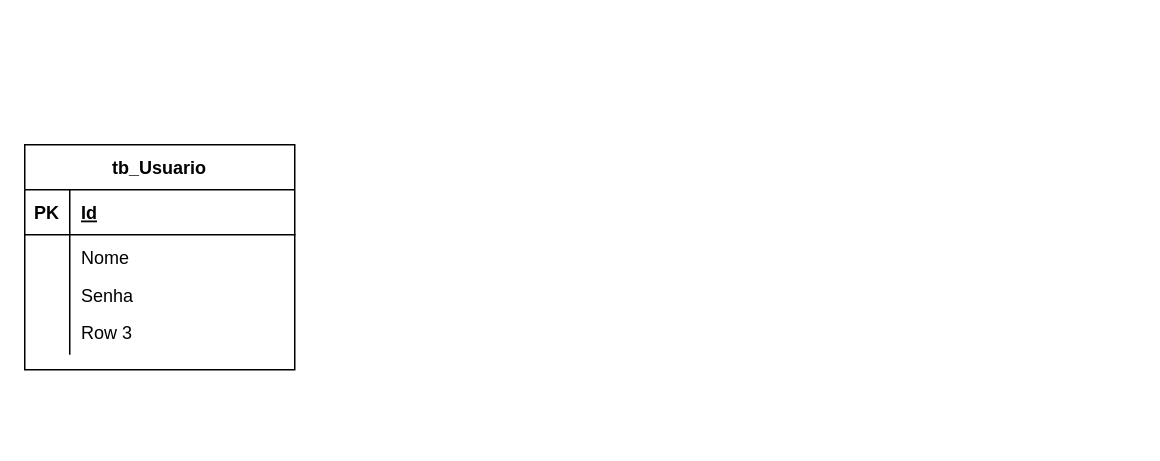
Above: DER_E-comerce.drawio in lippesouzza/TabelaDER1 (draw.io), before the change. Source tidied: cells renumbered, new cells numbered last; positions are measured from the earlier drawing's top-left corner, leaving out a move shared by most shapes. Both pictures are drawn from the tidied source at 150%, with x=0, y=0 at pixel (24, 144).
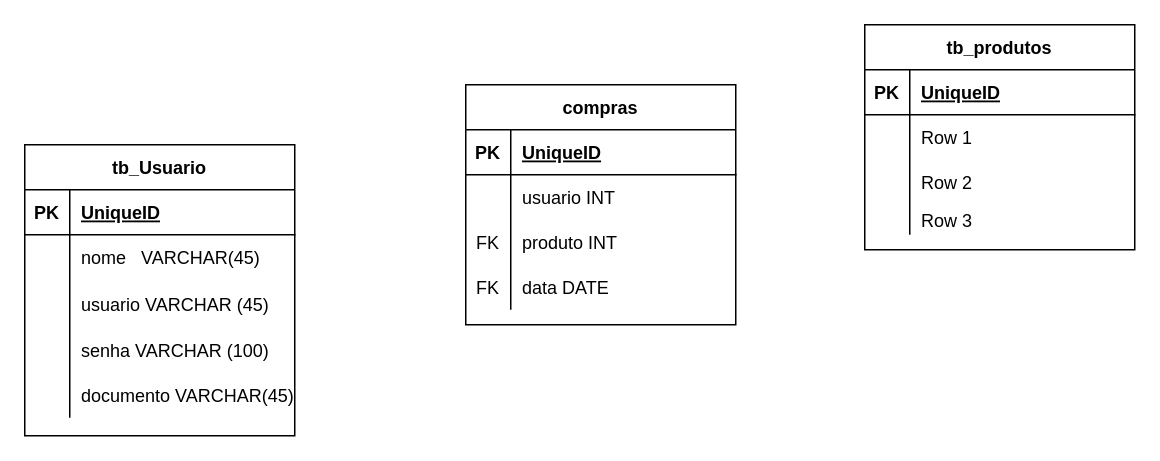
The same diagram, later.

Commit message:
Atualização da pasta

The edit, as a diff of the source:
```diff
@@
+    <mxCell id="15" value="compras" style="shape=table;startSize=30;childLayout=tableLayout;rowLines=0;fontStyle=1;align=center;" parent="1" vertex="1">
+      <mxGeometry x="294" y="-40" width="180" height="160" as="geometry" />
+    </mxCell>
+    <mxCell id="16" style="shape=tableRow;horizontal=0;startSize=0;swimlaneHead=0;swimlaneBody=0;fillColor=none;top=0;left=0;right=0;bottom=1;" parent="15" vertex="1">
+      <mxGeometry y="30" width="180" height="30" as="geometry" />
+    </mxCell>
+    <mxCell id="17" value="PK" style="shape=partialRectangle;fillColor=none;top=0;left=0;bottom=0;right=0;fontStyle=1;overflow=hidden;" parent="16" vertex="1">
+      <mxGeometry width="30" height="30" as="geometry" />
+    </mxCell>
+    <mxCell id="18" value="UniqueID" style="shape=partialRectangle;fillColor=none;top=0;left=0;bottom=0;right=0;align=left;spacingLeft=6;fontStyle=5;overflow=hidden;" parent="16" vertex="1">
+      <mxGeometry x="30" width="150" height="30" as="geometry" />
+    </mxCell>
+    <mxCell id="19" style="shape=tableRow;horizontal=0;startSize=0;swimlaneHead=0;swimlaneBody=0;fillColor=none;top=0;left=0;right=0;bottom=0;" parent="15" vertex="1">
+      <mxGeometry y="60" width="180" height="30" as="geometry" />
+    </mxCell>
+    <mxCell id="20" style="shape=partialRectangle;fillColor=none;top=0;left=0;bottom=0;right=0;overflow=hidden;" parent="19" vertex="1">
+      <mxGeometry width="30" height="30" as="geometry" />
+    </mxCell>
+    <mxCell id="21" value="usuario INT" style="shape=partialRectangle;fillColor=none;top=0;left=0;bottom=0;right=0;align=left;spacingLeft=6;overflow=hidden;" parent="19" vertex="1">
+      <mxGeometry x="30" width="150" height="30" as="geometry" />
+    </mxCell>
+    <mxCell id="22" style="shape=tableRow;horizontal=0;startSize=0;swimlaneHead=0;swimlaneBody=0;fillColor=none;top=0;left=0;right=0;bottom=0;" parent="15" vertex="1">
+      <mxGeometry y="90" width="180" height="30" as="geometry" />
+    </mxCell>
+    <mxCell id="23" value="FK" style="shape=partialRectangle;fillColor=none;top=0;left=0;bottom=0;right=0;overflow=hidden;" parent="22" vertex="1">
+      <mxGeometry width="30" height="30" as="geometry" />
+    </mxCell>
+    <mxCell id="24" value="produto INT" style="shape=partialRectangle;fillColor=none;top=0;left=0;bottom=0;right=0;align=left;spacingLeft=6;overflow=hidden;" parent="22" vertex="1">
+      <mxGeometry x="30" width="150" height="30" as="geometry" />
+    </mxCell>
+    <mxCell id="25" style="shape=tableRow;horizontal=0;startSize=0;swimlaneHead=0;swimlaneBody=0;fillColor=none;top=0;left=0;right=0;bottom=0;" parent="15" vertex="1">
+      <mxGeometry y="120" width="180" height="30" as="geometry" />
+    </mxCell>
+    <mxCell id="26" value="FK" style="shape=partialRectangle;fillColor=none;top=0;left=0;bottom=0;right=0;overflow=hidden;" parent="25" vertex="1">
+      <mxGeometry width="30" height="30" as="geometry" />
+    </mxCell>
+    <mxCell id="27" value="data DATE" style="shape=partialRectangle;fillColor=none;top=0;left=0;bottom=0;right=0;align=left;spacingLeft=6;overflow=hidden;" parent="25" vertex="1">
+      <mxGeometry x="30" width="150" height="30" as="geometry" />
+    </mxCell>
+    <mxCell id="28" value="tb_produtos" style="shape=table;startSize=30;childLayout=tableLayout;rowLines=0;fontStyle=1;align=center;" parent="1" vertex="1">
+      <mxGeometry x="560" y="-80" width="180" height="150" as="geometry" />
+    </mxCell>
+    <mxCell id="29" style="shape=tableRow;horizontal=0;startSize=0;swimlaneHead=0;swimlaneBody=0;fillColor=none;top=0;left=0;right=0;bottom=1;" parent="28" vertex="1">
+      <mxGeometry y="30" width="180" height="30" as="geometry" />
+    </mxCell>
+    <mxCell id="30" value="PK" style="shape=partialRectangle;fillColor=none;top=0;left=0;bottom=0;right=0;fontStyle=1;overflow=hidden;" parent="29" vertex="1">
+      <mxGeometry width="30" height="30" as="geometry" />
+    </mxCell>
+    <mxCell id="31" value="UniqueID" style="shape=partialRectangle;fillColor=none;top=0;left=0;bottom=0;right=0;align=left;spacingLeft=6;fontStyle=5;overflow=hidden;" parent="29" vertex="1">
+      <mxGeometry x="30" width="150" height="30" as="geometry" />
+    </mxCell>
+    <mxCell id="32" style="shape=tableRow;horizontal=0;startSize=0;swimlaneHead=0;swimlaneBody=0;fillColor=none;top=0;left=0;right=0;bottom=0;" parent="28" vertex="1">
+      <mxGeometry y="60" width="180" height="30" as="geometry" />
+    </mxCell>
+    <mxCell id="33" style="shape=partialRectangle;fillColor=none;top=0;left=0;bottom=0;right=0;overflow=hidden;" parent="32" vertex="1">
+      <mxGeometry width="30" height="30" as="geometry" />
+    </mxCell>
+    <mxCell id="34" value="Row 1" style="shape=partialRectangle;fillColor=none;top=0;left=0;bottom=0;right=0;align=left;spacingLeft=6;overflow=hidden;" parent="32" vertex="1">
+      <mxGeometry x="30" width="150" height="30" as="geometry" />
+    </mxCell>
+    <mxCell id="35" style="shape=tableRow;horizontal=0;startSize=0;swimlaneHead=0;swimlaneBody=0;fillColor=none;top=0;left=0;right=0;bottom=0;" parent="28" vertex="1">
+      <mxGeometry y="90" width="180" height="30" as="geometry" />
+    </mxCell>
+    <mxCell id="36" style="shape=partialRectangle;fillColor=none;top=0;left=0;bottom=0;right=0;overflow=hidden;" parent="35" vertex="1">
+      <mxGeometry width="30" height="30" as="geometry" />
+    </mxCell>
+    <mxCell id="37" value="Row 2" style="shape=partialRectangle;fillColor=none;top=0;left=0;bottom=0;right=0;align=left;spacingLeft=6;overflow=hidden;" parent="35" vertex="1">
+      <mxGeometry x="30" width="150" height="30" as="geometry" />
+    </mxCell>
+    <mxCell id="38" style="shape=tableRow;horizontal=0;startSize=0;swimlaneHead=0;swimlaneBody=0;fillColor=none;top=0;left=0;right=0;bottom=0;" parent="28" vertex="1">
+      <mxGeometry y="120" width="180" height="20" as="geometry" />
+    </mxCell>
+    <mxCell id="10" style="shape=partialRectangle;fillColor=none;top=0;left=0;bottom=0;right=0;overflow=hidden;" parent="38" vertex="1">
+      <mxGeometry width="30" height="20" as="geometry" />
+    </mxCell>
+    <mxCell id="14" value="Row 3" style="shape=partialRectangle;fillColor=none;top=0;left=0;bottom=0;right=0;align=left;spacingLeft=6;overflow=hidden;" parent="38" vertex="1">
+      <mxGeometry x="30" width="150" height="20" as="geometry" />
+    </mxCell>
     <mxCell id="2" value="tb_Usuario" style="shape=table;startSize=30;childLayout=tableLayout;rowLines=0;fontStyle=1;align=center;" parent="1" vertex="1">
-      <mxGeometry width="180" height="150" as="geometry" />
+      <mxGeometry width="180" height="194" as="geometry" />
     </mxCell>
-    <mxCell id="3" style="shape=tableRow;horizontal=0;startSize=0;swimlaneHead=0;swimlaneBody=0;fillColor=none;top=0;left=0;right=0;bottom=1;" parent="2" vertex="1">
-      <mxGeometry y="30" width="180" height="30" as="geometry" />
-    </mxCell>
-    <mxCell id="4" value="PK" style="shape=partialRectangle;fillColor=none;top=0;left=0;bottom=0;right=0;fontStyle=1;overflow=hidden;" parent="3" vertex="1">
-      <mxGeometry width="30" height="30" as="geometry" />
-    </mxCell>
-    <mxCell id="5" value="Id" style="shape=partialRectangle;fillColor=none;top=0;left=0;bottom=0;right=0;align=left;spacingLeft=6;fontStyle=5;overflow=hidden;" parent="3" vertex="1">
-      <mxGeometry x="30" width="150" height="30" as="geometry" />
-    </mxCell>
-    <mxCell id="6" style="shape=tableRow;horizontal=0;startSize=0;swimlaneHead=0;swimlaneBody=0;fillColor=none;top=0;left=0;right=0;bottom=0;" parent="2" vertex="1">
-      <mxGeometry y="60" width="180" height="30" as="geometry" />
-    </mxCell>
-    <mxCell id="7" style="shape=partialRectangle;fillColor=none;top=0;left=0;bottom=0;right=0;overflow=hidden;" parent="6" vertex="1">
-      <mxGeometry width="30" height="30" as="geometry" />
-    </mxCell>
-    <mxCell id="8" value="Nome     " style="shape=partialRectangle;fillColor=none;top=0;left=0;bottom=0;right=0;align=left;spacingLeft=6;overflow=hidden;" parent="6" vertex="1">
-      <mxGeometry x="30" width="150" height="30" as="geometry" />
-    </mxCell>
-    <mxCell id="9" style="shape=tableRow;horizontal=0;startSize=0;swimlaneHead=0;swimlaneBody=0;fillColor=none;top=0;left=0;right=0;bottom=0;" parent="2" vertex="1">
-      <mxGeometry y="90" width="180" height="20" as="geometry" />
-    </mxCell>
-    <mxCell id="10" style="shape=partialRectangle;fillColor=none;top=0;left=0;bottom=0;right=0;overflow=hidden;" parent="9" vertex="1">
-      <mxGeometry width="30" height="20" as="geometry" />
-    </mxCell>
-    <mxCell id="11" value="Senha" style="shape=partialRectangle;fillColor=none;top=0;left=0;bottom=0;right=0;align=left;spacingLeft=6;overflow=hidden;" parent="9" vertex="1">
-      <mxGeometry x="30" width="150" height="20" as="geometry" />
-    </mxCell>
-    <mxCell id="12" style="shape=tableRow;horizontal=0;startSize=0;swimlaneHead=0;swimlaneBody=0;fillColor=none;top=0;left=0;right=0;bottom=0;" parent="2" vertex="1">
-      <mxGeometry y="110" width="180" height="30" as="geometry" />
-    </mxCell>
-    <mxCell id="13" style="shape=partialRectangle;fillColor=none;top=0;left=0;bottom=0;right=0;overflow=hidden;" parent="12" vertex="1">
-      <mxGeometry width="30" height="30" as="geometry" />
-    </mxCell>
-    <mxCell id="14" value="Row 3" style="shape=partialRectangle;fillColor=none;top=0;left=0;bottom=0;right=0;align=left;spacingLeft=6;overflow=hidden;" parent="12" vertex="1">
-      <mxGeometry x="30" width="150" height="30" as="geometry" />
-    </mxCell>
+    <mxCell id="39" style="shape=tableRow;horizontal=0;startSize=0;swimlaneHead=0;swimlaneBody=0;fillColor=none;top=0;left=0;right=0;bottom=1;" parent="2" vertex="1">
+      <mxGeometry y="30" width="180" height="30" as="geometry" />
+    </mxCell>
+    <mxCell id="40" value="PK" style="shape=partialRectangle;fillColor=none;top=0;left=0;bottom=0;right=0;fontStyle=1;overflow=hidden;" parent="39" vertex="1">
+      <mxGeometry width="30" height="30" as="geometry" />
+    </mxCell>
+    <mxCell id="41" value="UniqueID" style="shape=partialRectangle;fillColor=none;top=0;left=0;bottom=0;right=0;align=left;spacingLeft=6;fontStyle=5;overflow=hidden;" parent="39" vertex="1">
+      <mxGeometry x="30" width="150" height="30" as="geometry" />
+    </mxCell>
+    <mxCell id="42" style="shape=tableRow;horizontal=0;startSize=0;swimlaneHead=0;swimlaneBody=0;fillColor=none;top=0;left=0;right=0;bottom=0;" parent="2" vertex="1">
+      <mxGeometry y="60" width="180" height="30" as="geometry" />
+    </mxCell>
+    <mxCell id="43" style="shape=partialRectangle;fillColor=none;top=0;left=0;bottom=0;right=0;overflow=hidden;" parent="42" vertex="1">
+      <mxGeometry width="30" height="30" as="geometry" />
+    </mxCell>
+    <mxCell id="44" value="nome   VARCHAR(45)" style="shape=partialRectangle;fillColor=none;top=0;left=0;bottom=0;right=0;align=left;spacingLeft=6;overflow=hidden;" parent="42" vertex="1">
+      <mxGeometry x="30" width="150" height="30" as="geometry" />
+    </mxCell>
+    <mxCell id="45" style="shape=tableRow;horizontal=0;startSize=0;swimlaneHead=0;swimlaneBody=0;fillColor=none;top=0;left=0;right=0;bottom=0;" parent="2" vertex="1">
+      <mxGeometry y="90" width="180" height="32" as="geometry" />
+    </mxCell>
+    <mxCell id="46" style="shape=partialRectangle;fillColor=none;top=0;left=0;bottom=0;right=0;overflow=hidden;" parent="45" vertex="1">
+      <mxGeometry width="30" height="32" as="geometry" />
+    </mxCell>
+    <mxCell id="47" value="usuario VARCHAR (45)" style="shape=partialRectangle;fillColor=none;top=0;left=0;bottom=0;right=0;align=left;spacingLeft=6;overflow=hidden;" parent="45" vertex="1">
+      <mxGeometry x="30" width="150" height="32" as="geometry" />
+    </mxCell>
+    <mxCell id="48" style="shape=tableRow;horizontal=0;startSize=0;swimlaneHead=0;swimlaneBody=0;fillColor=none;top=0;left=0;right=0;bottom=0;" parent="2" vertex="1">
+      <mxGeometry y="122" width="180" height="30" as="geometry" />
+    </mxCell>
+    <mxCell id="49" style="shape=partialRectangle;fillColor=none;top=0;left=0;bottom=0;right=0;overflow=hidden;" parent="48" vertex="1">
+      <mxGeometry width="30" height="30" as="geometry" />
+    </mxCell>
+    <mxCell id="50" value="senha VARCHAR (100)" style="shape=partialRectangle;fillColor=none;top=0;left=0;bottom=0;right=0;align=left;spacingLeft=6;overflow=hidden;" parent="48" vertex="1">
+      <mxGeometry x="30" width="150" height="30" as="geometry" />
+    </mxCell>
+    <mxCell id="51" style="shape=tableRow;horizontal=0;startSize=0;swimlaneHead=0;swimlaneBody=0;fillColor=none;top=0;left=0;right=0;bottom=0;" parent="2" vertex="1">
+      <mxGeometry y="152" width="180" height="30" as="geometry" />
+    </mxCell>
+    <mxCell id="52" style="shape=partialRectangle;fillColor=none;top=0;left=0;bottom=0;right=0;overflow=hidden;" parent="51" vertex="1">
+      <mxGeometry width="30" height="30" as="geometry" />
+    </mxCell>
+    <mxCell id="53" value="documento VARCHAR(45)" style="shape=partialRectangle;fillColor=none;top=0;left=0;bottom=0;right=0;align=left;spacingLeft=6;overflow=hidden;" parent="51" vertex="1">
+      <mxGeometry x="30" width="150" height="30" as="geometry" />
+    </mxCell>
```
